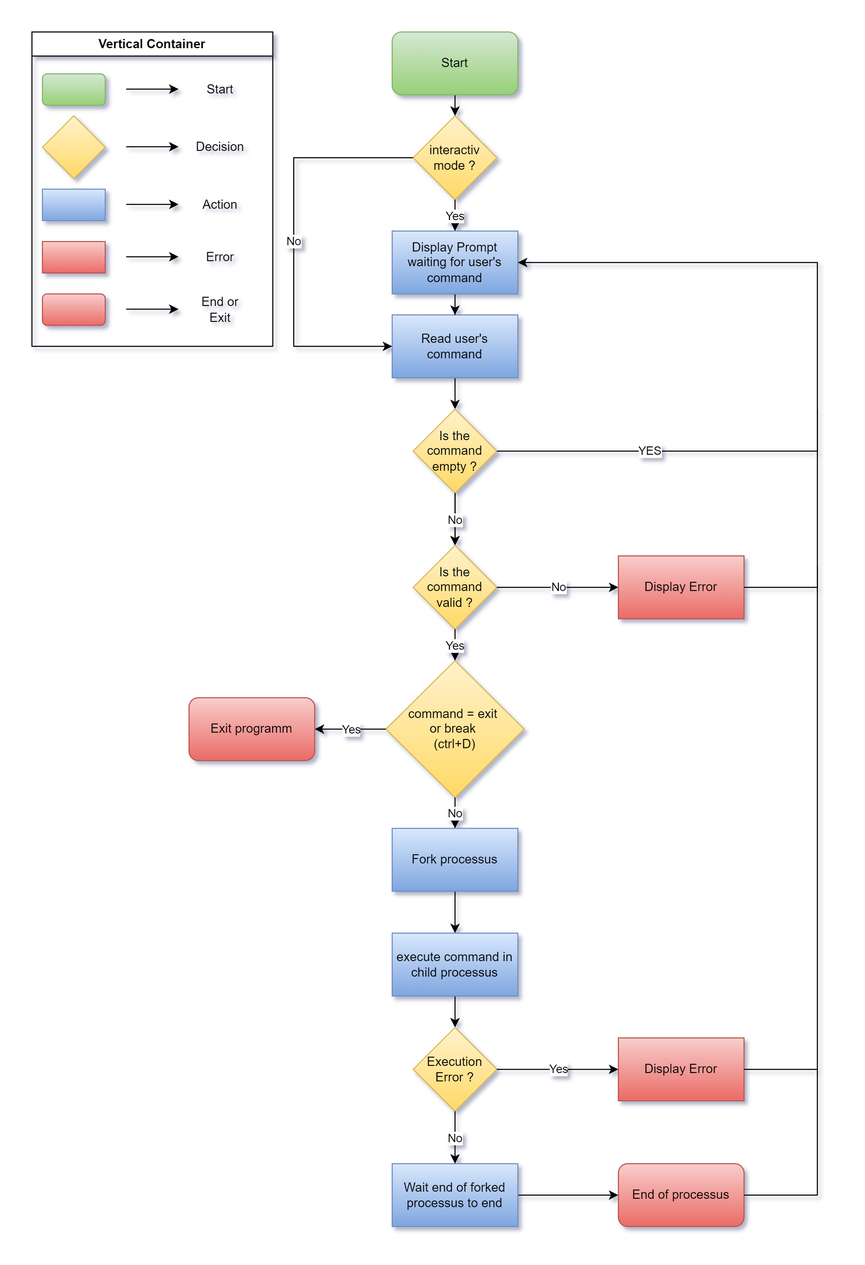
This is simpleshell.flowchart.png from Noziop/holbertonschool-simple_shell, a draw.io export, as it was before one commit. Source tidied: cells renumbered, new cells last; positions are measured from the earlier drawing's top-left corner, leaving out a move shared by most shapes.
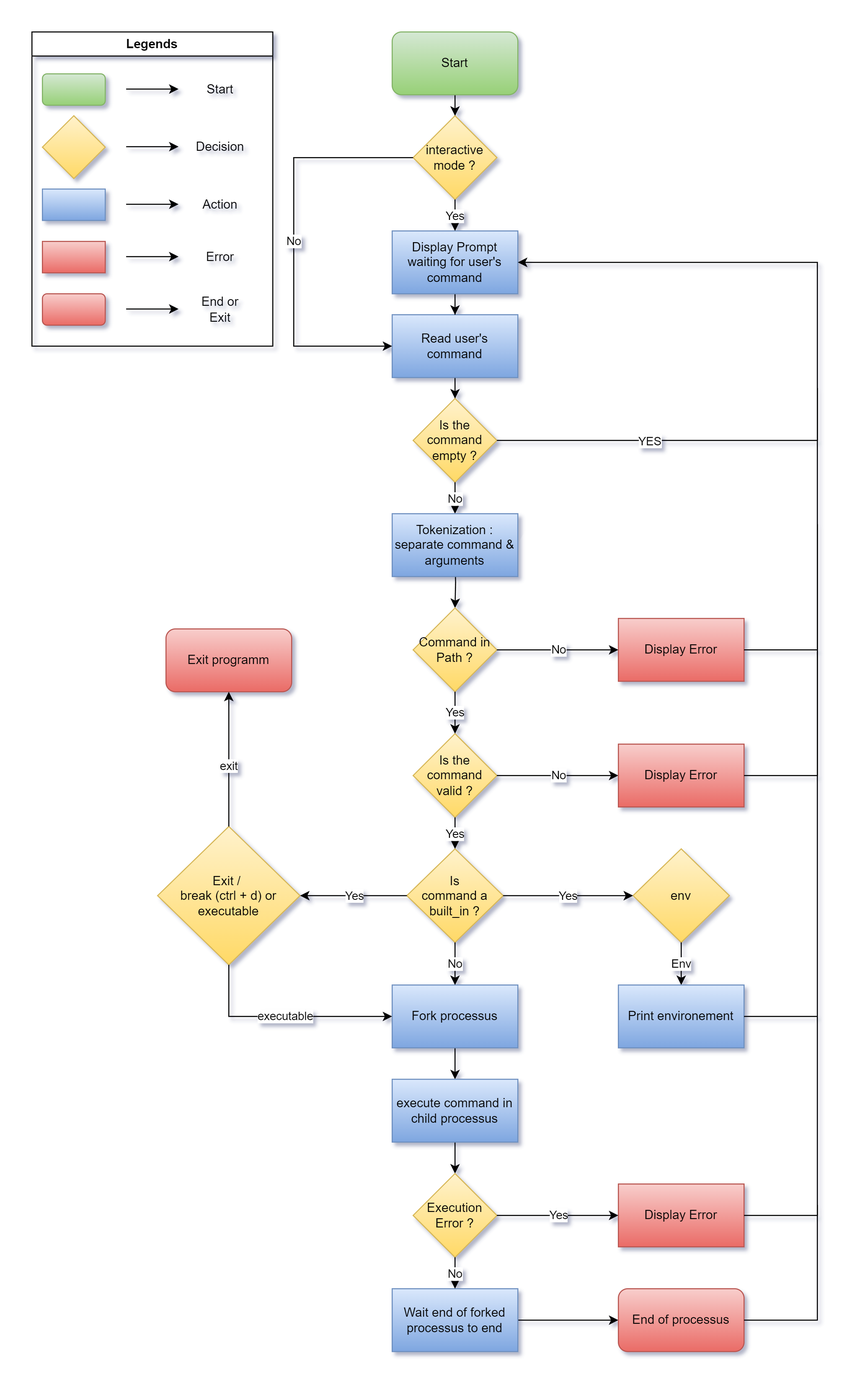
After the change.

Commit message:
EDIT : flowchart add tokenization + path + exit + env handling

Diff of the diagram source:
```diff
@@ -14,11 +14,8 @@
     <mxCell id="5" value="Read user's command" style="rounded=0;whiteSpace=wrap;html=1;fillColor=#dae8fc;strokeColor=#6c8ebf;gradientColor=#7ea6e0;" parent="1" vertex="1">
       <mxGeometry x="344" y="270" width="120" height="60" as="geometry" />
     </mxCell>
-    <mxCell id="6" style="edgeStyle=orthogonalEdgeStyle;rounded=0;jettySize=auto;html=1;" parent="1" edge="1" source="7" target="14">
-      <mxGeometry relative="1" as="geometry" />
-    </mxCell>
     <mxCell id="7" value="Is the command empty ?" style="rhombus;whiteSpace=wrap;html=1;fillColor=#fff2cc;strokeColor=#d6b656;rounded=0;gradientColor=#ffd966;" parent="1" vertex="1">
-      <mxGeometry x="364" y="360" width="80" height="80" as="geometry" />
+      <mxGeometry x="364" y="350" width="80" height="80" as="geometry" />
     </mxCell>
     <mxCell id="8" style="edgeStyle=orthogonalEdgeStyle;rounded=0;jettySize=auto;html=1;" parent="1" edge="1" source="9" target="5">
       <mxGeometry relative="1" as="geometry" />
@@ -29,24 +26,24 @@
     <mxCell id="10" style="endArrow=classic;html=1;rounded=0;exitX=1;exitY=0.5;exitDx=0;exitDy=0;entryX=1;entryY=0.5;entryDx=0;entryDy=0;" parent="1" edge="1" source="7" target="9">
       <mxGeometry relative="1" as="geometry">
         <Array as="points">
-          <mxPoint x="750" y="400" />
+          <mxPoint x="750" y="390" />
           <mxPoint x="750" y="220" />
         </Array>
       </mxGeometry>
     </mxCell>
     <mxCell id="11" value="YES" style="edgeLabel;html=1;align=center;verticalAlign=middle;" parent="10" vertex="1">
       <mxGeometry relative="1" as="geometry">
-        <mxPoint x="-160" y="80" as="offset" />
+        <mxPoint x="-160" y="75" as="offset" />
       </mxGeometry>
     </mxCell>
-    <mxCell id="12" style="endArrow=classic;html=1;rounded=0;entryX=0.5;entryY=0;entryDx=0;entryDy=0;exitX=0.5;exitY=1;exitDx=0;exitDy=0;" parent="1" edge="1" source="7" target="14">
+    <mxCell id="12" style="endArrow=classic;html=1;rounded=0;exitX=0.5;exitY=1;exitDx=0;exitDy=0;entryX=0.5;entryY=0;entryDx=0;entryDy=0;" parent="1" edge="1" source="7" target="70">
       <mxGeometry relative="1" as="geometry" />
     </mxCell>
     <mxCell id="13" value="No" style="edgeLabel;html=1;align=center;verticalAlign=middle;" parent="12" vertex="1">
       <mxGeometry relative="1" as="geometry" />
     </mxCell>
     <mxCell id="14" value="Is the command valid ?" style="rhombus;whiteSpace=wrap;html=1;fillColor=#fff2cc;strokeColor=#d6b656;gradientColor=#ffd966;" parent="1" vertex="1">
-      <mxGeometry x="364" y="490" width="80" height="80" as="geometry" />
+      <mxGeometry x="364" y="670" width="80" height="80" as="geometry" />
     </mxCell>
     <mxCell id="15" style="endArrow=classic;html=1;rounded=0;exitX=1;exitY=0.5;exitDx=0;exitDy=0;" parent="1" edge="1" source="14" target="17">
       <mxGeometry relative="1" as="geometry" />
@@ -55,13 +52,13 @@
       <mxGeometry relative="1" as="geometry" />
     </mxCell>
     <mxCell id="17" value="Display Error" style="rounded=0;whiteSpace=wrap;html=1;fillColor=#f8cecc;strokeColor=#b85450;gradientColor=#ea6b66;" parent="1" vertex="1">
-      <mxGeometry x="560" y="500" width="120" height="60" as="geometry" />
+      <mxGeometry x="560" y="680" width="120" height="60" as="geometry" />
     </mxCell>
     <mxCell id="18" style="endArrow=none;html=1;rounded=0;exitX=1;exitY=0.5;exitDx=0;exitDy=0;" parent="1" edge="1" source="17">
       <mxGeometry relative="1" as="geometry">
-        <mxPoint x="750" y="360" as="targetPoint" />
+        <mxPoint x="750" y="340" as="targetPoint" />
         <Array as="points">
-          <mxPoint x="750" y="530" />
+          <mxPoint x="750" y="710" />
         </Array>
       </mxGeometry>
     </mxCell>
@@ -69,25 +66,25 @@
       <mxGeometry relative="1" as="geometry" />
     </mxCell>
     <mxCell id="20" value="Fork processus" style="whiteSpace=wrap;html=1;fillColor=#dae8fc;strokeColor=#6c8ebf;gradientColor=#7ea6e0;" parent="1" vertex="1">
-      <mxGeometry x="344" y="760" width="120" height="60" as="geometry" />
+      <mxGeometry x="344" y="910" width="120" height="60" as="geometry" />
     </mxCell>
     <mxCell id="21" style="edgeStyle=orthogonalEdgeStyle;rounded=0;jettySize=auto;html=1;" parent="1" edge="1" source="22" target="23">
       <mxGeometry relative="1" as="geometry" />
     </mxCell>
     <mxCell id="22" value="execute command in child processus" style="whiteSpace=wrap;html=1;fillColor=#dae8fc;strokeColor=#6c8ebf;gradientColor=#7ea6e0;" parent="1" vertex="1">
-      <mxGeometry x="344" y="860" width="120" height="60" as="geometry" />
+      <mxGeometry x="344" y="1000" width="120" height="60" as="geometry" />
     </mxCell>
     <mxCell id="23" value="Execution Error ?" style="rhombus;whiteSpace=wrap;html=1;fillColor=#fff2cc;strokeColor=#d6b656;gradientColor=#ffd966;" parent="1" vertex="1">
-      <mxGeometry x="364" y="950" width="80" height="80" as="geometry" />
+      <mxGeometry x="364" y="1090" width="80" height="80" as="geometry" />
     </mxCell>
     <mxCell id="24" value="Display Error" style="whiteSpace=wrap;html=1;fillColor=#f8cecc;strokeColor=#b85450;gradientColor=#ea6b66;" parent="1" vertex="1">
-      <mxGeometry x="560" y="960" width="120" height="60" as="geometry" />
+      <mxGeometry x="560" y="1100" width="120" height="60" as="geometry" />
     </mxCell>
     <mxCell id="25" style="endArrow=none;html=1;rounded=0;exitX=1;exitY=0.5;exitDx=0;exitDy=0;" parent="1" edge="1" source="24">
       <mxGeometry relative="1" as="geometry">
-        <mxPoint x="750" y="510" as="targetPoint" />
+        <mxPoint x="750" y="470" as="targetPoint" />
         <Array as="points">
-          <mxPoint x="750" y="990" />
+          <mxPoint x="750" y="1130" />
         </Array>
       </mxGeometry>
     </mxCell>
@@ -95,10 +92,10 @@
       <mxGeometry relative="1" as="geometry" />
     </mxCell>
     <mxCell id="27" value="Wait end of forked processus to end" style="whiteSpace=wrap;html=1;fillColor=#dae8fc;strokeColor=#6c8ebf;gradientColor=#7ea6e0;" parent="1" vertex="1">
-      <mxGeometry x="344" y="1080" width="120" height="60" as="geometry" />
+      <mxGeometry x="344" y="1200" width="120" height="60" as="geometry" />
     </mxCell>
-    <mxCell id="28" value="command = exit&amp;nbsp;&lt;br&gt;or break&amp;nbsp;&lt;div&gt;(ctrl+D)&lt;/div&gt;" style="rhombus;whiteSpace=wrap;html=1;fillColor=#fff2cc;strokeColor=#d6b656;gradientColor=#ffd966;" parent="1" vertex="1">
-      <mxGeometry x="338" y="600" width="132" height="130.6" as="geometry" />
+    <mxCell id="28" value="Is&lt;div&gt;command a built_in ?&lt;/div&gt;" style="rhombus;whiteSpace=wrap;html=1;fillColor=#fff2cc;strokeColor=#d6b656;gradientColor=#ffd966;" parent="1" vertex="1">
+      <mxGeometry x="358" y="780" width="92" height="89.4" as="geometry" />
     </mxCell>
     <mxCell id="29" style="endArrow=classic;html=1;rounded=0;exitX=0.5;exitY=1;exitDx=0;exitDy=0;" parent="1" edge="1" source="14" target="28">
       <mxGeometry relative="1" as="geometry" />
@@ -113,26 +110,20 @@
       <mxGeometry relative="1" as="geometry" />
     </mxCell>
     <mxCell id="33" value="End of processus" style="rounded=1;whiteSpace=wrap;html=1;fillColor=#f8cecc;strokeColor=#b85450;gradientColor=#ea6b66;" parent="1" vertex="1">
-      <mxGeometry x="560" y="1080" width="120" height="60" as="geometry" />
+      <mxGeometry x="560" y="1200" width="120" height="60" as="geometry" />
     </mxCell>
     <mxCell id="34" style="endArrow=none;html=1;rounded=0;exitX=1;exitY=0.5;exitDx=0;exitDy=0;" parent="1" edge="1" source="33">
       <mxGeometry relative="1" as="geometry">
-        <mxPoint x="750" y="990" as="targetPoint" />
+        <mxPoint x="750" y="1120" as="targetPoint" />
         <Array as="points">
-          <mxPoint x="750" y="1110" />
+          <mxPoint x="750" y="1230" />
         </Array>
       </mxGeometry>
     </mxCell>
-    <mxCell id="35" style="endArrow=classic;html=1;rounded=0;exitX=0;exitY=0.5;exitDx=0;exitDy=0;entryX=1;entryY=0.5;entryDx=0;entryDy=0;" parent="1" edge="1" source="28" target="37">
-      <mxGeometry relative="1" as="geometry" />
-    </mxCell>
-    <mxCell id="36" value="Yes" style="edgeLabel;html=1;align=center;verticalAlign=middle;" parent="35" vertex="1">
-      <mxGeometry relative="1" as="geometry" />
-    </mxCell>
     <mxCell id="37" value="Exit programm" style="rounded=1;whiteSpace=wrap;html=1;fillColor=#f8cecc;strokeColor=#b85450;gradientColor=#ea6b66;" parent="1" vertex="1">
-      <mxGeometry x="150" y="635.3" width="120" height="60" as="geometry" />
+      <mxGeometry x="128" y="570" width="120" height="60" as="geometry" />
     </mxCell>
-    <mxCell id="38" value="interactiv mode ?" style="rhombus;whiteSpace=wrap;html=1;fillColor=#fff2cc;strokeColor=#d6b656;gradientColor=#ffd966;" parent="1" vertex="1">
+    <mxCell id="38" value="interactive mode ?" style="rhombus;whiteSpace=wrap;html=1;fillColor=#fff2cc;strokeColor=#d6b656;gradientColor=#ffd966;" parent="1" vertex="1">
       <mxGeometry x="364" y="80" width="80" height="80" as="geometry" />
     </mxCell>
     <mxCell id="39" style="endArrow=classic;html=1;rounded=0;exitX=1;exitY=0.5;exitDx=0;exitDy=0;entryX=0;entryY=0.5;entryDx=0;entryDy=0;" parent="1" edge="1" source="23" target="24">
@@ -164,7 +155,7 @@
     <mxCell id="46" value="No" style="edgeLabel;html=1;align=center;verticalAlign=middle;" parent="45" vertex="1">
       <mxGeometry relative="1" as="geometry" />
     </mxCell>
-    <mxCell id="47" value="Vertical Container" style="swimlane;whiteSpace=wrap;html=1;" parent="1" vertex="1">
+    <mxCell id="47" value="Legends" style="swimlane;whiteSpace=wrap;html=1;" parent="1" vertex="1">
       <mxGeometry width="230" height="300" as="geometry" />
     </mxCell>
     <mxCell id="48" style="rounded=1;whiteSpace=wrap;html=1;fillColor=#d5e8d4;strokeColor=#82b366;gradientColor=#97d077;" parent="47" vertex="1">
@@ -227,5 +218,86 @@
     <mxCell id="62" value="Decision" style="text;strokeColor=none;align=center;fillColor=none;html=1;verticalAlign=middle;whiteSpace=wrap;rounded=0;" parent="47" vertex="1">
       <mxGeometry x="150" y="95" width="60" height="30" as="geometry" />
     </mxCell>
+    <mxCell id="63" value="env" style="rhombus;whiteSpace=wrap;html=1;fillColor=#fff2cc;strokeColor=#d6b656;gradientColor=#ffd966;" parent="1" vertex="1">
+      <mxGeometry x="574" y="780" width="92" height="89.4" as="geometry" />
+    </mxCell>
+    <mxCell id="64" style="endArrow=classic;html=1;rounded=0;exitX=0.5;exitY=1;exitDx=0;exitDy=0;" parent="1" edge="1" source="63" target="66">
+      <mxGeometry relative="1" as="geometry" />
+    </mxCell>
+    <mxCell id="65" value="Env" style="edgeLabel;html=1;align=center;verticalAlign=middle;" parent="64" vertex="1">
+      <mxGeometry relative="1" as="geometry" />
+    </mxCell>
+    <mxCell id="66" value="Print environement" style="rounded=0;whiteSpace=wrap;html=1;fillColor=#dae8fc;gradientColor=#7ea6e0;strokeColor=#6c8ebf;" parent="1" vertex="1">
+      <mxGeometry x="560" y="910" width="120" height="60" as="geometry" />
+    </mxCell>
+    <mxCell id="67" value="Exit /&amp;nbsp;&lt;div&gt;break (ctrl + d) or executable&lt;/div&gt;" style="rhombus;whiteSpace=wrap;html=1;fillColor=#fff2cc;strokeColor=#d6b656;gradientColor=#ffd966;" parent="1" vertex="1">
+      <mxGeometry x="120" y="758.6" width="136" height="132.1" as="geometry" />
+    </mxCell>
+    <mxCell id="68" style="endArrow=none;html=1;rounded=0;exitX=1;exitY=0.5;exitDx=0;exitDy=0;" parent="1" edge="1" source="66">
+      <mxGeometry relative="1" as="geometry">
+        <mxPoint x="750" y="940" as="targetPoint" />
+      </mxGeometry>
+    </mxCell>
+    <mxCell id="69" style="edgeStyle=orthogonalEdgeStyle;rounded=0;jettySize=auto;html=1;" parent="1" edge="1" target="79">
+      <mxGeometry relative="1" as="geometry">
+        <mxPoint x="404" y="500" as="sourcePoint" />
+      </mxGeometry>
+    </mxCell>
+    <mxCell id="70" value="Tokenization : separate command &amp;amp; arguments" style="rounded=0;whiteSpace=wrap;html=1;fillColor=#dae8fc;gradientColor=#7ea6e0;strokeColor=#6c8ebf;" parent="1" vertex="1">
+      <mxGeometry x="344" y="460" width="120" height="60" as="geometry" />
+    </mxCell>
+    <mxCell id="71" style="endArrow=classic;html=1;rounded=0;exitX=0.5;exitY=0;exitDx=0;exitDy=0;entryX=0.5;entryY=1;entryDx=0;entryDy=0;" parent="1" edge="1" source="67" target="37">
+      <mxGeometry relative="1" as="geometry" />
+    </mxCell>
+    <mxCell id="72" value="exit" style="edgeLabel;html=1;align=center;verticalAlign=middle;" parent="71" vertex="1">
+      <mxGeometry relative="1" as="geometry">
+        <mxPoint y="6" as="offset" />
+      </mxGeometry>
+    </mxCell>
+    <mxCell id="73" style="endArrow=classic;html=1;rounded=0;exitX=1;exitY=0.5;exitDx=0;exitDy=0;entryX=0;entryY=0.5;entryDx=0;entryDy=0;" parent="1" edge="1" source="28" target="63">
+      <mxGeometry relative="1" as="geometry" />
+    </mxCell>
+    <mxCell id="74" value="Yes" style="edgeLabel;html=1;align=center;verticalAlign=middle;" parent="73" vertex="1">
+      <mxGeometry relative="1" as="geometry" />
+    </mxCell>
+    <mxCell id="75" style="endArrow=classic;html=1;rounded=0;exitX=0;exitY=0.5;exitDx=0;exitDy=0;entryX=1;entryY=0.5;entryDx=0;entryDy=0;" parent="1" edge="1" source="28" target="67">
+      <mxGeometry relative="1" as="geometry" />
+    </mxCell>
+    <mxCell id="76" value="Yes" style="edgeLabel;html=1;align=center;verticalAlign=middle;" parent="75" vertex="1">
+      <mxGeometry relative="1" as="geometry" />
+    </mxCell>
+    <mxCell id="77" style="endArrow=classic;html=1;rounded=0;exitX=0.5;exitY=1;exitDx=0;exitDy=0;entryX=0;entryY=0.5;entryDx=0;entryDy=0;" parent="1" edge="1" source="67" target="20">
+      <mxGeometry relative="1" as="geometry">
+        <Array as="points">
+          <mxPoint x="188" y="940" />
+        </Array>
+      </mxGeometry>
+    </mxCell>
+    <mxCell id="78" value="executable" style="edgeLabel;html=1;align=center;verticalAlign=middle;" parent="77" vertex="1">
+      <mxGeometry relative="1" as="geometry" />
+    </mxCell>
+    <mxCell id="79" value="Command in Path ?" style="rhombus;whiteSpace=wrap;html=1;fillColor=#fff2cc;gradientColor=#ffd966;strokeColor=#d6b656;" parent="1" vertex="1">
+      <mxGeometry x="364" y="550" width="80" height="80" as="geometry" />
+    </mxCell>
+    <mxCell id="80" value="Display Error" style="whiteSpace=wrap;html=1;fillColor=#f8cecc;strokeColor=#b85450;gradientColor=#ea6b66;" parent="1" vertex="1">
+      <mxGeometry x="560" y="560" width="120" height="60" as="geometry" />
+    </mxCell>
+    <mxCell id="81" style="endArrow=classic;html=1;rounded=0;exitX=1;exitY=0.5;exitDx=0;exitDy=0;entryX=0;entryY=0.5;entryDx=0;entryDy=0;" parent="1" edge="1" source="79" target="80">
+      <mxGeometry relative="1" as="geometry" />
+    </mxCell>
+    <mxCell id="82" value="No" style="edgeLabel;html=1;align=center;verticalAlign=middle;" parent="81" vertex="1">
+      <mxGeometry relative="1" as="geometry" />
+    </mxCell>
+    <mxCell id="83" style="endArrow=classic;html=1;rounded=0;entryX=0.5;entryY=0;entryDx=0;entryDy=0;exitX=0.5;exitY=1;exitDx=0;exitDy=0;" parent="1" edge="1" source="79" target="14">
+      <mxGeometry relative="1" as="geometry" />
+    </mxCell>
+    <mxCell id="84" value="Yes" style="edgeLabel;html=1;align=center;verticalAlign=middle;" parent="83" vertex="1">
+      <mxGeometry relative="1" as="geometry" />
+    </mxCell>
+    <mxCell id="85" style="endArrow=none;html=1;rounded=0;exitX=1;exitY=0.5;exitDx=0;exitDy=0;" parent="1" edge="1" source="80">
+      <mxGeometry relative="1" as="geometry">
+        <mxPoint x="750" y="590" as="targetPoint" />
+      </mxGeometry>
+    </mxCell>
   </root>
 </mxGraphModel>
```
